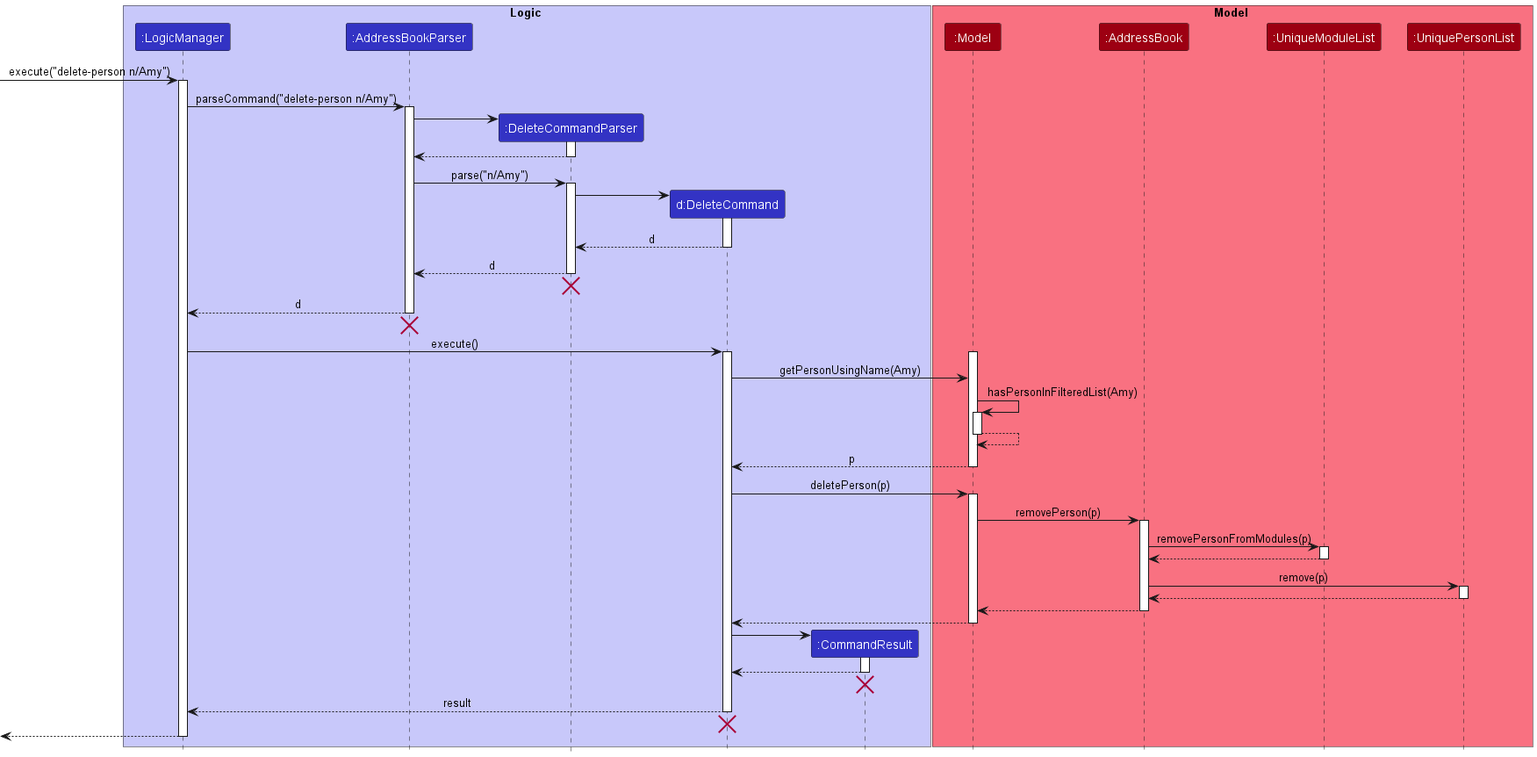
This is docs/images/DeletePersonSequenceDiagram.png from nus-cs2103-AY2223S1/tp, a PlantUML export, as it was before one commit.
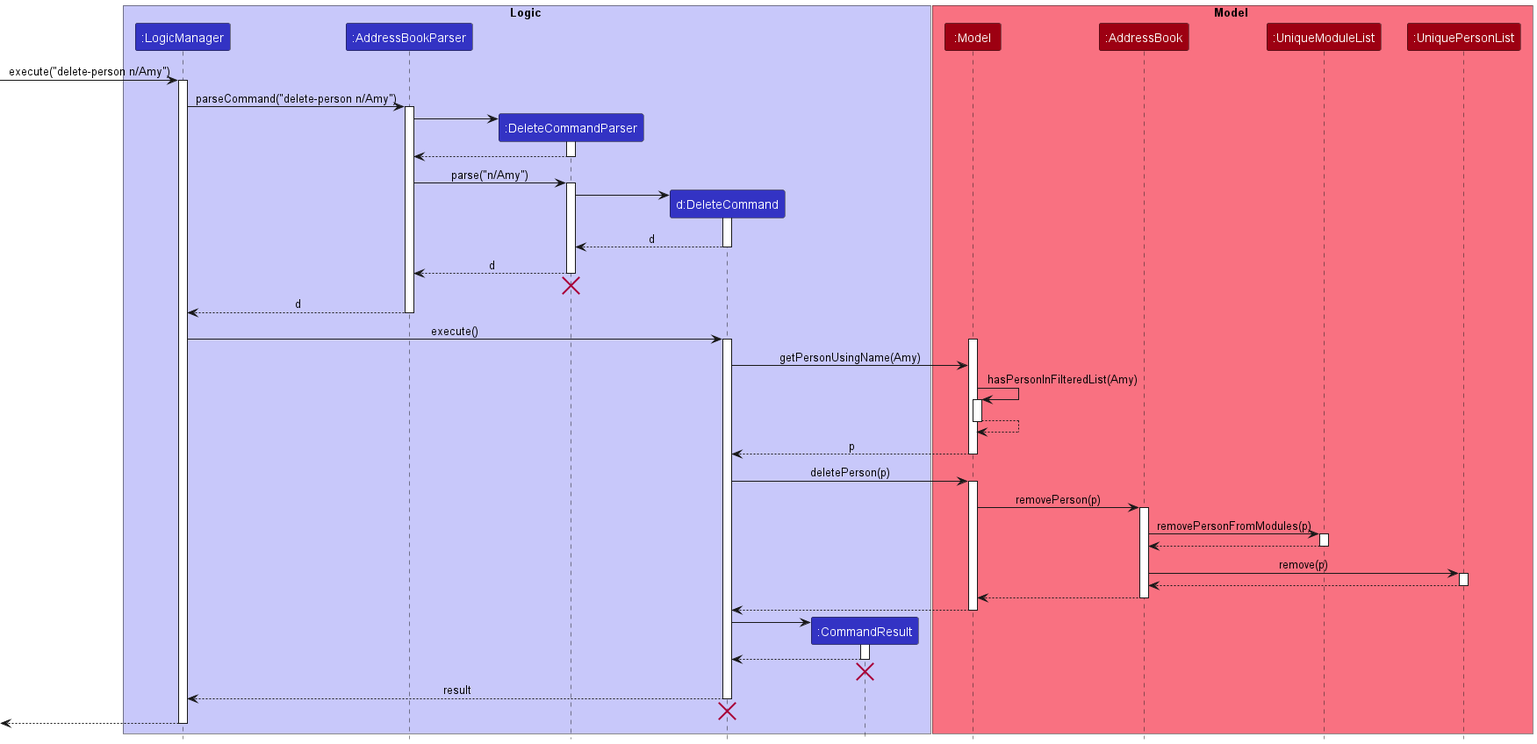
Above is the later version.

What changed in the source:
```diff
@@ -46,8 +46,6 @@
 
 AddressBookParser --> LogicManager : d
 deactivate AddressBookParser
-AddressBookParser -[hidden]-> LogicManager
-destroy AddressBookParser
 
 LogicManager -> DeleteCommand : execute()
 activate DeleteCommand
```
